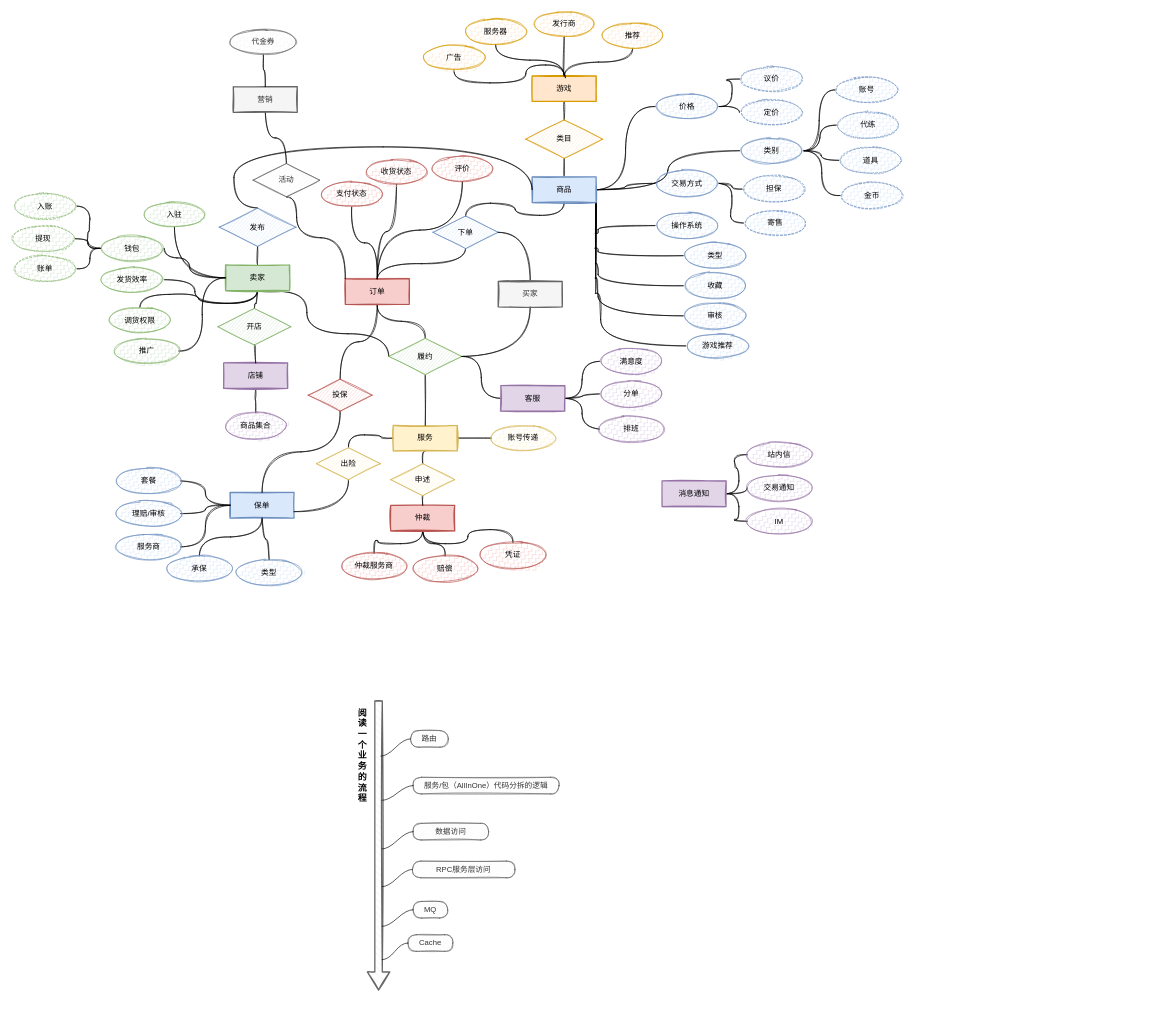
Above: ali03.drawio in chenyz/EGOTableViewPullRefresh (draw.io), before the change. Source tidied: cells renumbered, new cells numbered last; positions are measured from the earlier drawing's top-left corner, leaving out a move shared by most shapes. Both pictures are drawn from the tidied source at 64%, with x=0, y=0 at pixel (11, 11).
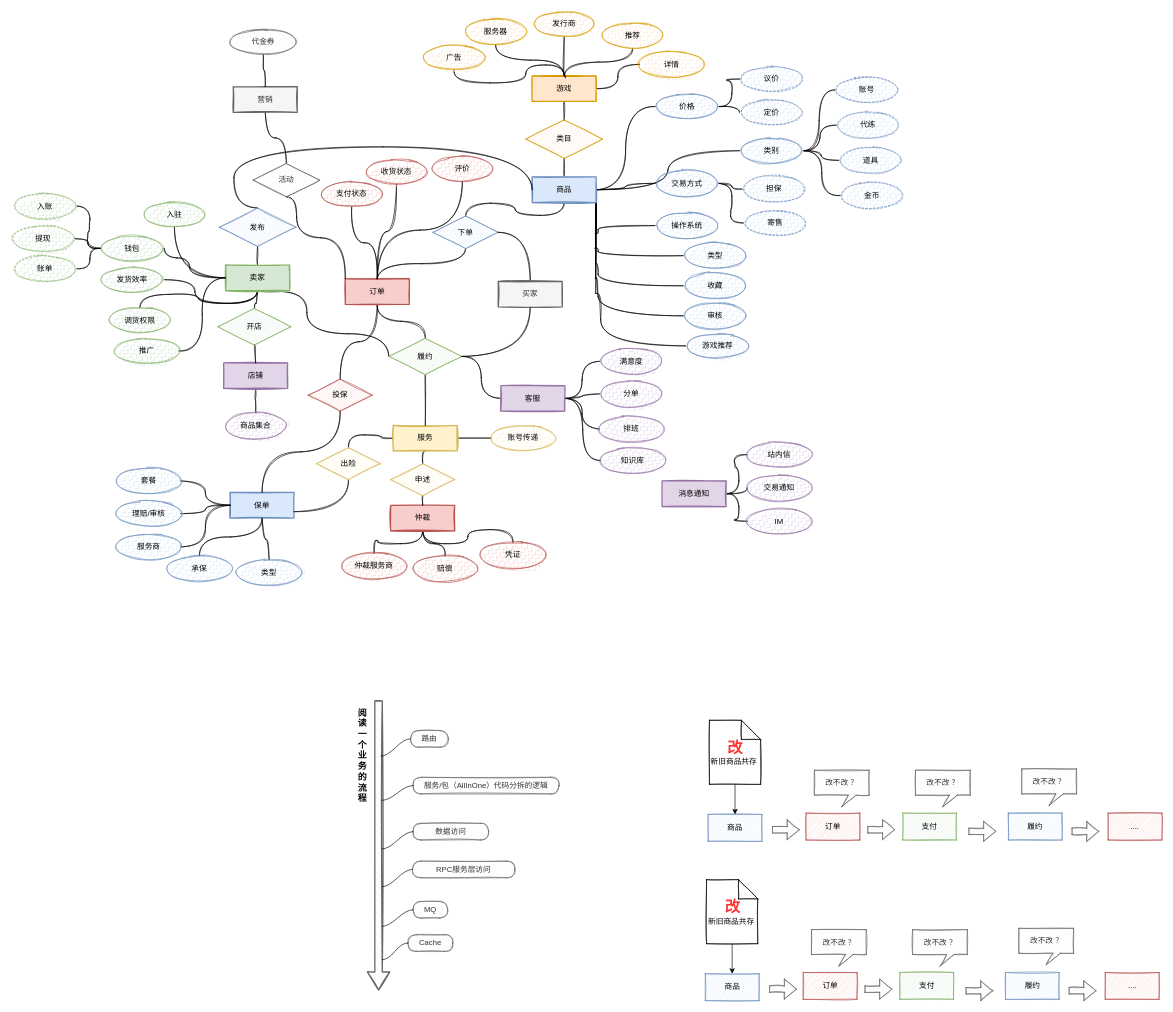
The same page after the edit.

The change refers to these unchanged cells:
```xml
<mxCell id="4" value="游戏" style="whiteSpace=wrap;html=1;align=center;sketch=1;fillColor=#ffe6cc;strokeColor=#d79b00;fillStyle=solid;strokeWidth=2;" parent="1" vertex="1">
  <mxGeometry x="814" y="101" width="100" height="40" as="geometry" />
</mxCell>
<mxCell id="97" value="客服" style="whiteSpace=wrap;html=1;align=center;sketch=1;fillColor=#e1d5e7;strokeColor=#9673a6;fillStyle=solid;strokeWidth=2;" parent="1" vertex="1">
  <mxGeometry x="765" y="585" width="100" height="40" as="geometry" />
</mxCell>
```

Diff of the diagram source:
```diff
@@
+    <mxCell id="155" style="edgeStyle=orthogonalEdgeStyle;curved=1;rounded=0;sketch=1;jettySize=auto;html=1;exitX=1;exitY=0.5;exitDx=0;exitDy=0;entryX=0;entryY=0.5;entryDx=0;entryDy=0;endArrow=none;endFill=0;" parent="1" edge="1" source="4" target="158">
+      <mxGeometry relative="1" as="geometry" />
+    </mxCell>
@@
+    <mxCell id="156" style="edgeStyle=orthogonalEdgeStyle;curved=1;rounded=0;sketch=1;jettySize=auto;html=1;exitX=1;exitY=0.5;exitDx=0;exitDy=0;entryX=0;entryY=0.5;entryDx=0;entryDy=0;endArrow=none;endFill=0;" parent="1" edge="1" source="97" target="157">
+      <mxGeometry relative="1" as="geometry" />
+    </mxCell>
@@
+    <mxCell id="157" value="知识库" style="ellipse;whiteSpace=wrap;html=1;align=center;sketch=1;fillColor=#e1d5e7;strokeColor=#9673a6;fillStyle=zigzag-line;" parent="1" vertex="1">
+      <mxGeometry x="921" y="682" width="100" height="40" as="geometry" />
+    </mxCell>
+    <mxCell id="158" value="详情" style="ellipse;whiteSpace=wrap;html=1;align=center;sketch=1;fillColor=#ffe6cc;strokeColor=#d79b00;fillStyle=zigzag-line;" parent="1" vertex="1">
+      <mxGeometry x="982" y="63" width="100" height="40" as="geometry" />
+    </mxCell>
+    <mxCell id="159" value="商品" style="rounded=0;whiteSpace=wrap;html=1;sketch=1;strokeWidth=1;fillColor=#dae8fc;strokeColor=#6c8ebf;" parent="1" vertex="1">
+      <mxGeometry x="1089" y="1255" width="84" height="42" as="geometry" />
+    </mxCell>
+    <mxCell id="160" value="订单" style="rounded=0;whiteSpace=wrap;html=1;sketch=1;strokeWidth=1;fillColor=#f8cecc;strokeColor=#b85450;" parent="1" vertex="1">
+      <mxGeometry x="1242" y="1253" width="84" height="42" as="geometry" />
+    </mxCell>
+    <mxCell id="161" value="支付" style="rounded=0;whiteSpace=wrap;html=1;sketch=1;strokeWidth=1;fillColor=#d5e8d4;strokeColor=#82b366;" parent="1" vertex="1">
+      <mxGeometry x="1393" y="1253" width="84" height="42" as="geometry" />
+    </mxCell>
+    <mxCell id="162" value="履约" style="rounded=0;whiteSpace=wrap;html=1;sketch=1;strokeWidth=1;fillColor=#dae8fc;strokeColor=#6c8ebf;" parent="1" vertex="1">
+      <mxGeometry x="1558" y="1253" width="84" height="42" as="geometry" />
+    </mxCell>
+    <mxCell id="163" value="...." style="rounded=0;whiteSpace=wrap;html=1;sketch=1;strokeWidth=1;fillColor=#f8cecc;strokeColor=#b85450;" parent="1" vertex="1">
+      <mxGeometry x="1714" y="1253" width="84" height="42" as="geometry" />
+    </mxCell>
+    <mxCell id="164" style="shape=flexArrow;endArrow=classic;html=1;fillColor=#f5f5f5;strokeColor=#666666;sketch=1;fillStyle=zigzag-line;" parent="1" edge="1">
+      <mxGeometry relative="1" as="geometry">
+        <mxPoint x="1189" y="1279" as="sourcePoint" />
+        <mxPoint x="1232" y="1279" as="targetPoint" />
+      </mxGeometry>
+    </mxCell>
+    <mxCell id="165" style="shape=flexArrow;endArrow=classic;html=1;fillColor=#f5f5f5;strokeColor=#666666;sketch=1;fillStyle=zigzag-line;" parent="1" edge="1">
+      <mxGeometry relative="1" as="geometry">
+        <mxPoint x="1338" y="1279" as="sourcePoint" />
+        <mxPoint x="1381" y="1279" as="targetPoint" />
+      </mxGeometry>
+    </mxCell>
+    <mxCell id="166" style="shape=flexArrow;endArrow=classic;html=1;fillColor=#f5f5f5;strokeColor=#666666;sketch=1;fillStyle=zigzag-line;" parent="1" edge="1">
+      <mxGeometry relative="1" as="geometry">
+        <mxPoint x="1496" y="1281.5" as="sourcePoint" />
+        <mxPoint x="1539" y="1281.5" as="targetPoint" />
+      </mxGeometry>
+    </mxCell>
+    <mxCell id="167" style="shape=flexArrow;endArrow=classic;html=1;fillColor=#f5f5f5;strokeColor=#666666;sketch=1;fillStyle=zigzag-line;" parent="1" edge="1">
+      <mxGeometry relative="1" as="geometry">
+        <mxPoint x="1657" y="1281.5" as="sourcePoint" />
+        <mxPoint x="1700" y="1281.5" as="targetPoint" />
+      </mxGeometry>
+    </mxCell>
+    <mxCell id="168" value="&lt;br&gt;&lt;br&gt;新旧商品共存&amp;nbsp;" style="shape=note;whiteSpace=wrap;html=1;backgroundOutline=1;darkOpacity=0.05;rounded=0;sketch=1;strokeWidth=1;" parent="1" vertex="1">
+      <mxGeometry x="1091" y="1108" width="80" height="100" as="geometry" />
+    </mxCell>
+    <mxCell id="169" style="endArrow=classic;html=1;exitX=0.5;exitY=1;exitDx=0;exitDy=0;exitPerimeter=0;" parent="1" edge="1" source="168" target="159">
+      <mxGeometry relative="1" as="geometry" />
+    </mxCell>
+    <mxCell id="170" value="&lt;font color=&quot;#ff3333&quot;&gt;改&lt;/font&gt;" style="text;strokeColor=none;fillColor=none;html=1;fontSize=24;fontStyle=1;verticalAlign=middle;align=center;rounded=0;sketch=1;" parent="1" vertex="1">
+      <mxGeometry x="1081" y="1131" width="100" height="40" as="geometry" />
+    </mxCell>
+    <mxCell id="171" value="改不改 ？" style="shape=callout;whiteSpace=wrap;html=1;perimeter=calloutPerimeter;rounded=0;sketch=1;strokeWidth=1;size=18;position=0.62;base=12;fillColor=#f5f5f5;strokeColor=#666666;fontColor=#333333;" parent="1" vertex="1">
+      <mxGeometry x="1255" y="1186" width="85.5" height="57" as="geometry" />
+    </mxCell>
+    <mxCell id="172" value="改不改 ？" style="shape=callout;whiteSpace=wrap;html=1;perimeter=calloutPerimeter;rounded=0;sketch=1;strokeWidth=1;size=18;position=0.62;base=12;fillColor=#f5f5f5;strokeColor=#666666;fontColor=#333333;" parent="1" vertex="1">
+      <mxGeometry x="1413" y="1186" width="85.5" height="57" as="geometry" />
+    </mxCell>
+    <mxCell id="173" value="改不改 ？" style="shape=callout;whiteSpace=wrap;html=1;perimeter=calloutPerimeter;rounded=0;sketch=1;strokeWidth=1;size=18;position=0.62;base=12;fillColor=#f5f5f5;strokeColor=#666666;fontColor=#333333;" parent="1" vertex="1">
+      <mxGeometry x="1579" y="1184" width="85.5" height="57" as="geometry" />
+    </mxCell>
+    <mxCell id="174" value="商品" style="rounded=0;whiteSpace=wrap;html=1;sketch=1;strokeWidth=1;fillColor=#dae8fc;strokeColor=#6c8ebf;" parent="1" vertex="1">
+      <mxGeometry x="1084.5" y="1504" width="84" height="42" as="geometry" />
+    </mxCell>
+    <mxCell id="175" value="订单" style="rounded=0;whiteSpace=wrap;html=1;sketch=1;strokeWidth=1;fillColor=#f8cecc;strokeColor=#b85450;" parent="1" vertex="1">
+      <mxGeometry x="1237.5" y="1502" width="84" height="42" as="geometry" />
+    </mxCell>
+    <mxCell id="176" value="支付" style="rounded=0;whiteSpace=wrap;html=1;sketch=1;strokeWidth=1;fillColor=#d5e8d4;strokeColor=#82b366;" parent="1" vertex="1">
+      <mxGeometry x="1388.5" y="1502" width="84" height="42" as="geometry" />
+    </mxCell>
+    <mxCell id="177" value="履约" style="rounded=0;whiteSpace=wrap;html=1;sketch=1;strokeWidth=1;fillColor=#dae8fc;strokeColor=#6c8ebf;" parent="1" vertex="1">
+      <mxGeometry x="1553.5" y="1502" width="84" height="42" as="geometry" />
+    </mxCell>
+    <mxCell id="178" value="...." style="rounded=0;whiteSpace=wrap;html=1;sketch=1;strokeWidth=1;fillColor=#f8cecc;strokeColor=#b85450;" parent="1" vertex="1">
+      <mxGeometry x="1709.5" y="1502" width="84" height="42" as="geometry" />
+    </mxCell>
+    <mxCell id="179" style="shape=flexArrow;endArrow=classic;html=1;fillColor=#f5f5f5;strokeColor=#666666;sketch=1;fillStyle=zigzag-line;" parent="1" edge="1">
+      <mxGeometry relative="1" as="geometry">
+        <mxPoint x="1184.5" y="1528" as="sourcePoint" />
+        <mxPoint x="1227.5" y="1528" as="targetPoint" />
+      </mxGeometry>
+    </mxCell>
+    <mxCell id="180" style="shape=flexArrow;endArrow=classic;html=1;fillColor=#f5f5f5;strokeColor=#666666;sketch=1;fillStyle=zigzag-line;" parent="1" edge="1">
+      <mxGeometry relative="1" as="geometry">
+        <mxPoint x="1333.5" y="1528" as="sourcePoint" />
+        <mxPoint x="1376.5" y="1528" as="targetPoint" />
+      </mxGeometry>
+    </mxCell>
+    <mxCell id="181" style="shape=flexArrow;endArrow=classic;html=1;fillColor=#f5f5f5;strokeColor=#666666;sketch=1;fillStyle=zigzag-line;" parent="1" edge="1">
+      <mxGeometry relative="1" as="geometry">
+        <mxPoint x="1491.5" y="1530.5" as="sourcePoint" />
+        <mxPoint x="1534.5" y="1530.5" as="targetPoint" />
+      </mxGeometry>
+    </mxCell>
+    <mxCell id="182" style="shape=flexArrow;endArrow=classic;html=1;fillColor=#f5f5f5;strokeColor=#666666;sketch=1;fillStyle=zigzag-line;" parent="1" edge="1">
+      <mxGeometry relative="1" as="geometry">
+        <mxPoint x="1652.5" y="1530.5" as="sourcePoint" />
+        <mxPoint x="1695.5" y="1530.5" as="targetPoint" />
+      </mxGeometry>
+    </mxCell>
+    <mxCell id="183" value="&lt;br&gt;&lt;br&gt;新旧商品共存&amp;nbsp;" style="shape=note;whiteSpace=wrap;html=1;backgroundOutline=1;darkOpacity=0.05;rounded=0;sketch=1;strokeWidth=1;" parent="1" vertex="1">
+      <mxGeometry x="1086.5" y="1357" width="80" height="100" as="geometry" />
+    </mxCell>
+    <mxCell id="184" style="endArrow=classic;html=1;exitX=0.5;exitY=1;exitDx=0;exitDy=0;exitPerimeter=0;" parent="1" edge="1" source="183" target="174">
+      <mxGeometry relative="1" as="geometry" />
+    </mxCell>
+    <mxCell id="185" value="&lt;font color=&quot;#ff3333&quot;&gt;改&lt;/font&gt;" style="text;strokeColor=none;fillColor=none;html=1;fontSize=24;fontStyle=1;verticalAlign=middle;align=center;rounded=0;sketch=1;" parent="1" vertex="1">
+      <mxGeometry x="1076.5" y="1380" width="100" height="40" as="geometry" />
+    </mxCell>
+    <mxCell id="186" value="改不改 ？" style="shape=callout;whiteSpace=wrap;html=1;perimeter=calloutPerimeter;rounded=0;sketch=1;strokeWidth=1;size=18;position=0.62;base=12;fillColor=#f5f5f5;strokeColor=#666666;fontColor=#333333;" parent="1" vertex="1">
+      <mxGeometry x="1250.5" y="1435" width="85.5" height="57" as="geometry" />
+    </mxCell>
+    <mxCell id="187" value="改不改 ？" style="shape=callout;whiteSpace=wrap;html=1;perimeter=calloutPerimeter;rounded=0;sketch=1;strokeWidth=1;size=18;position=0.62;base=12;fillColor=#f5f5f5;strokeColor=#666666;fontColor=#333333;" parent="1" vertex="1">
+      <mxGeometry x="1408.5" y="1435" width="85.5" height="57" as="geometry" />
+    </mxCell>
+    <mxCell id="188" value="改不改 ？" style="shape=callout;whiteSpace=wrap;html=1;perimeter=calloutPerimeter;rounded=0;sketch=1;strokeWidth=1;size=18;position=0.62;base=12;fillColor=#f5f5f5;strokeColor=#666666;fontColor=#333333;" parent="1" vertex="1">
+      <mxGeometry x="1574.5" y="1433" width="85.5" height="57" as="geometry" />
+    </mxCell>
```
